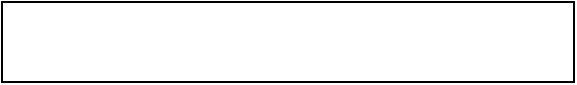
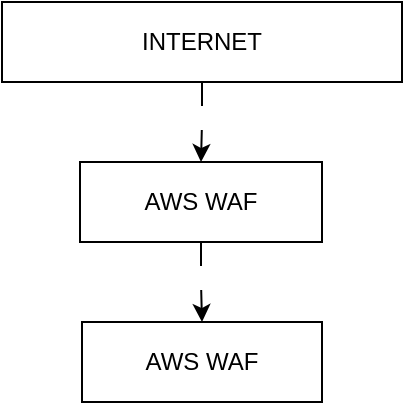
<mxfile host="app.diagrams.net">
  <diagram name="Página-1" id="5iXDUfelDgTBa-S38yCt">
-     <mxGraphModel dx="1030" dy="581" grid="1" gridSize="10" guides="1" tooltips="1" connect="1" arrows="1" fold="1" page="1" pageScale="1" pageWidth="827" pageHeight="1169" math="0" shadow="0">
+     <mxGraphModel dx="1269" dy="581" grid="1" gridSize="10" guides="1" tooltips="1" connect="1" arrows="1" fold="1" page="1" pageScale="1" pageWidth="827" pageHeight="1169" math="0" shadow="0">
      <root>
        <mxCell id="0" />
        <mxCell id="1" parent="0" />
-         <mxCell id="rCuTf7C3_Di3WrkqX8XD-1" parent="1" style="rounded=0;whiteSpace=wrap;html=1;" value="" vertex="1">
-           <mxGeometry height="40" width="286" x="354" as="geometry" />
+         <mxCell id="cjhfmyEN3WFEl8_9Gkc3-6" edge="1" parent="1" source="rCuTf7C3_Di3WrkqX8XD-1" style="edgeStyle=orthogonalEdgeStyle;rounded=0;orthogonalLoop=1;jettySize=auto;html=1;exitX=0.5;exitY=1;exitDx=0;exitDy=0;entryX=0.5;entryY=0;entryDx=0;entryDy=0;dashed=1;dashPattern=12 12;" target="cjhfmyEN3WFEl8_9Gkc3-2">
+           <mxGeometry relative="1" as="geometry" />
+         </mxCell>
+         <mxCell id="rCuTf7C3_Di3WrkqX8XD-1" parent="1" style="rounded=0;whiteSpace=wrap;html=1;" value="INTERNET" vertex="1">
+           <mxGeometry height="40" width="200" x="320" as="geometry" />
+         </mxCell>
+         <mxCell id="cjhfmyEN3WFEl8_9Gkc3-8" edge="1" parent="1" source="cjhfmyEN3WFEl8_9Gkc3-2" style="edgeStyle=orthogonalEdgeStyle;rounded=0;orthogonalLoop=1;jettySize=auto;html=1;exitX=0.5;exitY=1;exitDx=0;exitDy=0;entryX=0.5;entryY=0;entryDx=0;entryDy=0;dashed=1;dashPattern=12 12;" target="cjhfmyEN3WFEl8_9Gkc3-7">
+           <mxGeometry relative="1" as="geometry" />
+         </mxCell>
+         <mxCell id="cjhfmyEN3WFEl8_9Gkc3-2" parent="1" style="html=1;whiteSpace=wrap;" value="AWS WAF" vertex="1">
+           <mxGeometry height="40" width="121" x="359" y="80" as="geometry" />
+         </mxCell>
+         <mxCell id="cjhfmyEN3WFEl8_9Gkc3-7" parent="1" style="html=1;whiteSpace=wrap;" value="AWS WAF" vertex="1">
+           <mxGeometry height="40" width="120" x="360" y="160" as="geometry" />
        </mxCell>
      </root>
    </mxGraphModel>
  </diagram>
</mxfile>
